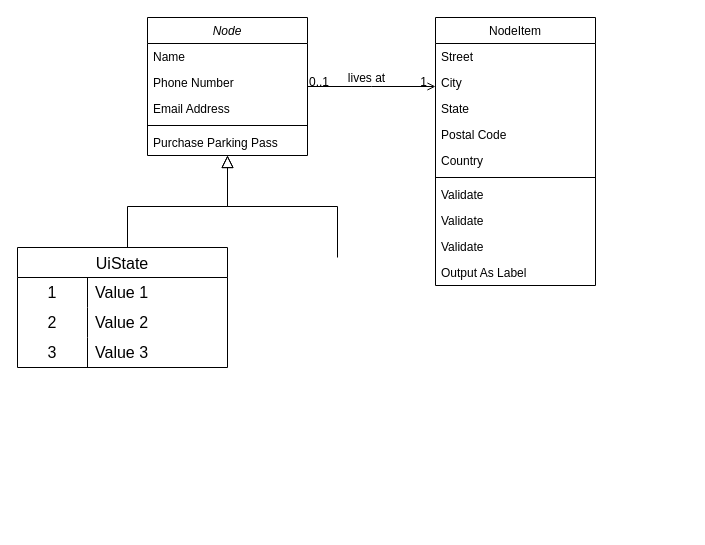
Above: 名称未設定ファイル.drawio in yf-1229/PiNode (draw.io), before the change. Source tidied: cells renumbered, new cells numbered last; positions are measured from the earlier drawing's top-left corner, leaving out a move shared by most shapes. Both pictures are drawn from the tidied source at 100%, with x=0, y=0 at pixel (17, 17).
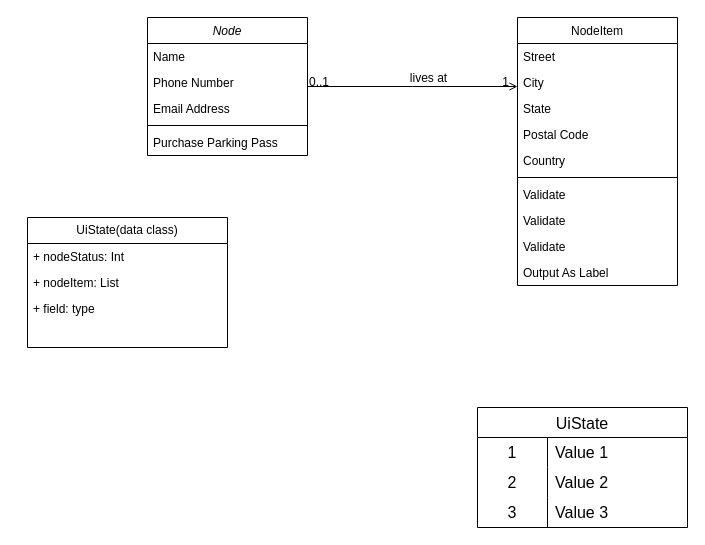
The same diagram, later.

Commit message:
名称未設定ファイル.drawio を更新します

The change refers to these unchanged cells:
```xml
<mxCell id="2" value="Node" style="swimlane;fontStyle=2;align=center;verticalAlign=top;horizontal=1;startSize=26;rounded=0;shadow=0;strokeWidth=1;" parent="1" vertex="1">
  <mxGeometry x="130" width="160" height="138" as="geometry" />
</mxCell>
```

Change to the diagram source:
```diff
@@
-    <mxCell id="8" style="endArrow=block;endSize=10;endFill=0;shadow=0;strokeWidth=1;rounded=0;curved=0;edgeStyle=elbowEdgeStyle;elbow=vertical;" parent="1" edge="1" target="2">
-      <mxGeometry relative="1" as="geometry">
-        <mxPoint x="110" y="240" as="sourcePoint" />
-      </mxGeometry>
-    </mxCell>
-    <mxCell id="9" style="endArrow=block;endSize=10;endFill=0;shadow=0;strokeWidth=1;rounded=0;curved=0;edgeStyle=elbowEdgeStyle;elbow=vertical;" parent="1" edge="1" target="2">
-      <mxGeometry relative="1" as="geometry">
-        <mxPoint x="320" y="240" as="sourcePoint" />
-      </mxGeometry>
-    </mxCell>
     <mxCell id="10" value="NodeItem&#10;" style="swimlane;fontStyle=0;align=center;verticalAlign=top;horizontal=1;startSize=26;rounded=0;shadow=0;strokeWidth=1;" parent="1" vertex="1">
-      <mxGeometry x="418" width="160" height="268" as="geometry" />
+      <mxGeometry x="500" width="160" height="268" as="geometry" />
     </mxCell>
@@
     <mxCell id="25" value="UiState" style="shape=table;startSize=30;childLayout=tableLayout;rowLines=0;fontStyle=0;strokeColor=default;fontSize=16;" parent="1" vertex="1">
-      <mxGeometry y="230" width="210" height="120" as="geometry" />
+      <mxGeometry x="460" y="390" width="210" height="120" as="geometry" />
     </mxCell>
@@
+    <mxCell id="35" value="&lt;div&gt;UiState(data class)&lt;/div&gt;" style="swimlane;fontStyle=0;horizontal=1;startSize=26;fillColor=none;whiteSpace=wrap;html=1;" parent="1" vertex="1">
+      <mxGeometry x="10" y="200" width="200" height="130" as="geometry" />
+    </mxCell>
+    <mxCell id="36" value="+ nodeStatus: Int" style="text;strokeColor=none;fillColor=none;align=left;verticalAlign=top;spacingLeft=4;spacingRight=4;overflow=hidden;whiteSpace=wrap;html=1;" parent="35" vertex="1">
+      <mxGeometry y="26" width="200" height="26" as="geometry" />
+    </mxCell>
+    <mxCell id="37" value="+ nodeItem: List" style="text;strokeColor=none;fillColor=none;align=left;verticalAlign=top;spacingLeft=4;spacingRight=4;overflow=hidden;whiteSpace=wrap;html=1;" parent="35" vertex="1">
+      <mxGeometry y="52" width="200" height="26" as="geometry" />
+    </mxCell>
+    <mxCell id="38" value="+ field: type" style="text;strokeColor=none;fillColor=none;align=left;verticalAlign=top;spacingLeft=4;spacingRight=4;overflow=hidden;whiteSpace=wrap;html=1;" parent="35" vertex="1">
+      <mxGeometry y="78" width="200" height="52" as="geometry" />
+    </mxCell>
```
